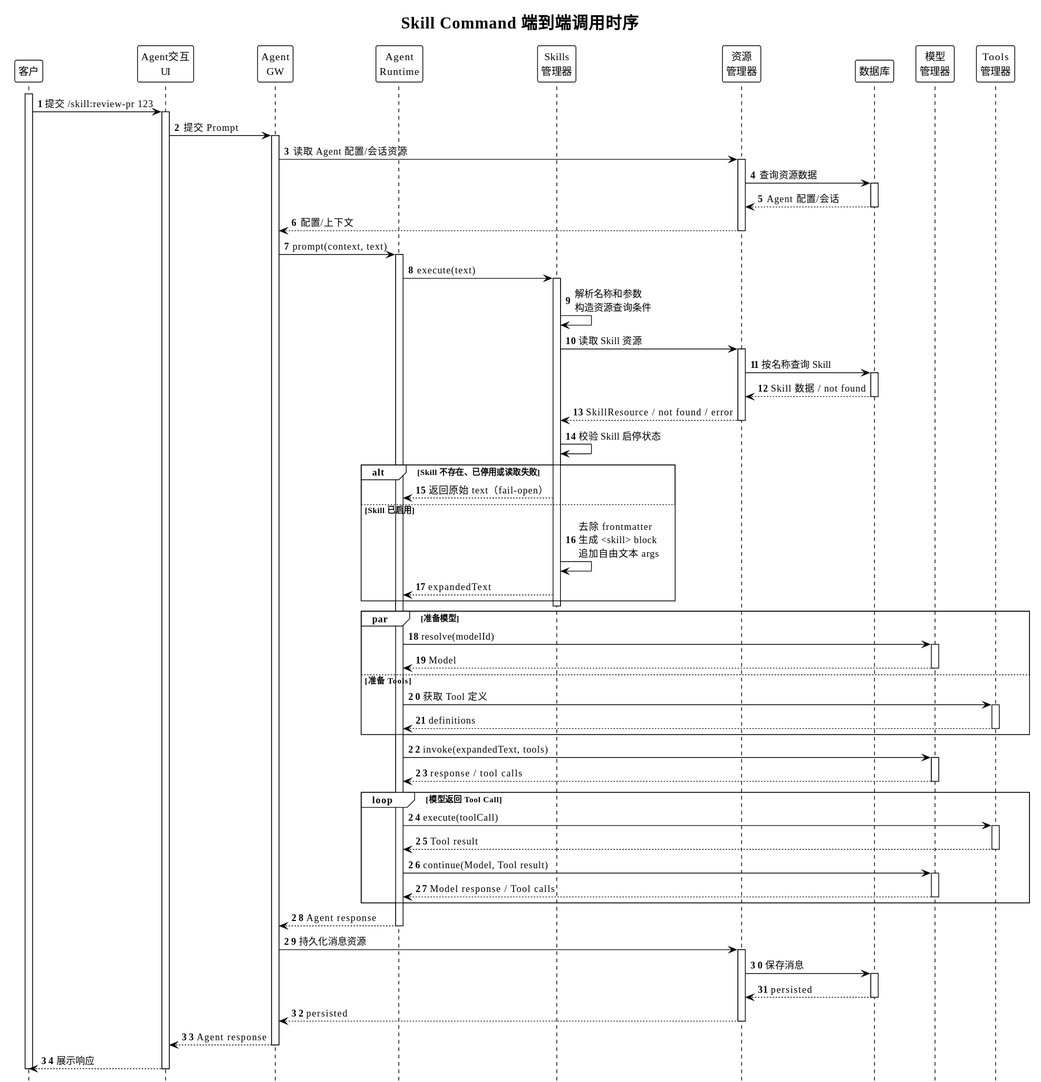
The PlantUML diagram diagrams/skill-command/08-end-to-end-invocation.svg in superheromeZzh/pi-mono-java-design, before a commit. Its diagram source:
```plantuml
@startuml
!theme plain
!pragma layout smetana
skinparam defaultFontName "PingFang SC"
skinparam shadowing false
skinparam backgroundColor transparent
skinparam BoxPadding 4
hide footbox
autonumber
title Skill Command 端到端调用时序

participant "客户" as Client
participant "Agent交互\nUI" as UI
participant "Agent\nGW" as Gateway
participant "Agent\nRuntime" as Runtime
participant "Skills\n管理器" as SkillsManager
participant "资源\n管理器" as ResourceManager
participant "数据库" as Database
participant "模型\n管理器" as ModelManager
participant "Tools\n管理器" as ToolsManager

activate Client
Client -> UI: 提交 /skill:review-pr 123
activate UI
UI -> Gateway: 提交 Prompt
activate Gateway
Gateway -> ResourceManager: 读取 Agent 配置/会话资源
activate ResourceManager
ResourceManager -> Database: 查询资源数据
activate Database
Database --> ResourceManager: Agent 配置/会话
deactivate Database
ResourceManager --> Gateway: 配置/上下文
deactivate ResourceManager
Gateway -> Runtime: prompt(context, text)
activate Runtime

Runtime -> SkillsManager: execute(text)
activate SkillsManager
SkillsManager -> SkillsManager: 解析名称和参数\n构造资源查询条件
SkillsManager -> ResourceManager: 读取 Skill 资源
activate ResourceManager
ResourceManager -> Database: 按名称查询 Skill
activate Database
Database --> ResourceManager: Skill 数据 / not found
deactivate Database
ResourceManager --> SkillsManager: SkillResource / not found / error
deactivate ResourceManager
SkillsManager -> SkillsManager: 校验 Skill 启停状态

alt Skill 不存在、已停用或读取失败
  SkillsManager --> Runtime: 返回原始 text（fail-open）
else Skill 已启用
  SkillsManager -> SkillsManager: 去除 frontmatter\n生成 <skill> block\n追加自由文本 args
  SkillsManager --> Runtime: expandedText
end
deactivate SkillsManager

par 准备模型
  Runtime -> ModelManager: resolve(modelId)
  activate ModelManager
  ModelManager --> Runtime: Model
  deactivate ModelManager
else 准备 Tools
  Runtime -> ToolsManager: 获取 Tool 定义
  activate ToolsManager
  ToolsManager --> Runtime: definitions
  deactivate ToolsManager
end

Runtime -> ModelManager: invoke(expandedText, tools)
activate ModelManager
ModelManager --> Runtime: response / tool calls
deactivate ModelManager

loop 模型返回 Tool Call
  Runtime -> ToolsManager: execute(toolCall)
  activate ToolsManager
  ToolsManager --> Runtime: Tool result
  deactivate ToolsManager
  Runtime -> ModelManager: continue(Model, Tool result)
  activate ModelManager
  ModelManager --> Runtime: Model response / Tool calls
  deactivate ModelManager
end

Runtime --> Gateway: Agent response
deactivate Runtime
Gateway -> ResourceManager: 持久化消息资源
activate ResourceManager
ResourceManager -> Database: 保存消息
activate Database
Database --> ResourceManager: persisted
deactivate Database
ResourceManager --> Gateway: persisted
deactivate ResourceManager
Gateway --> UI: Agent response
deactivate Gateway
UI --> Client: 展示响应
deactivate UI
deactivate Client
@enduml
```
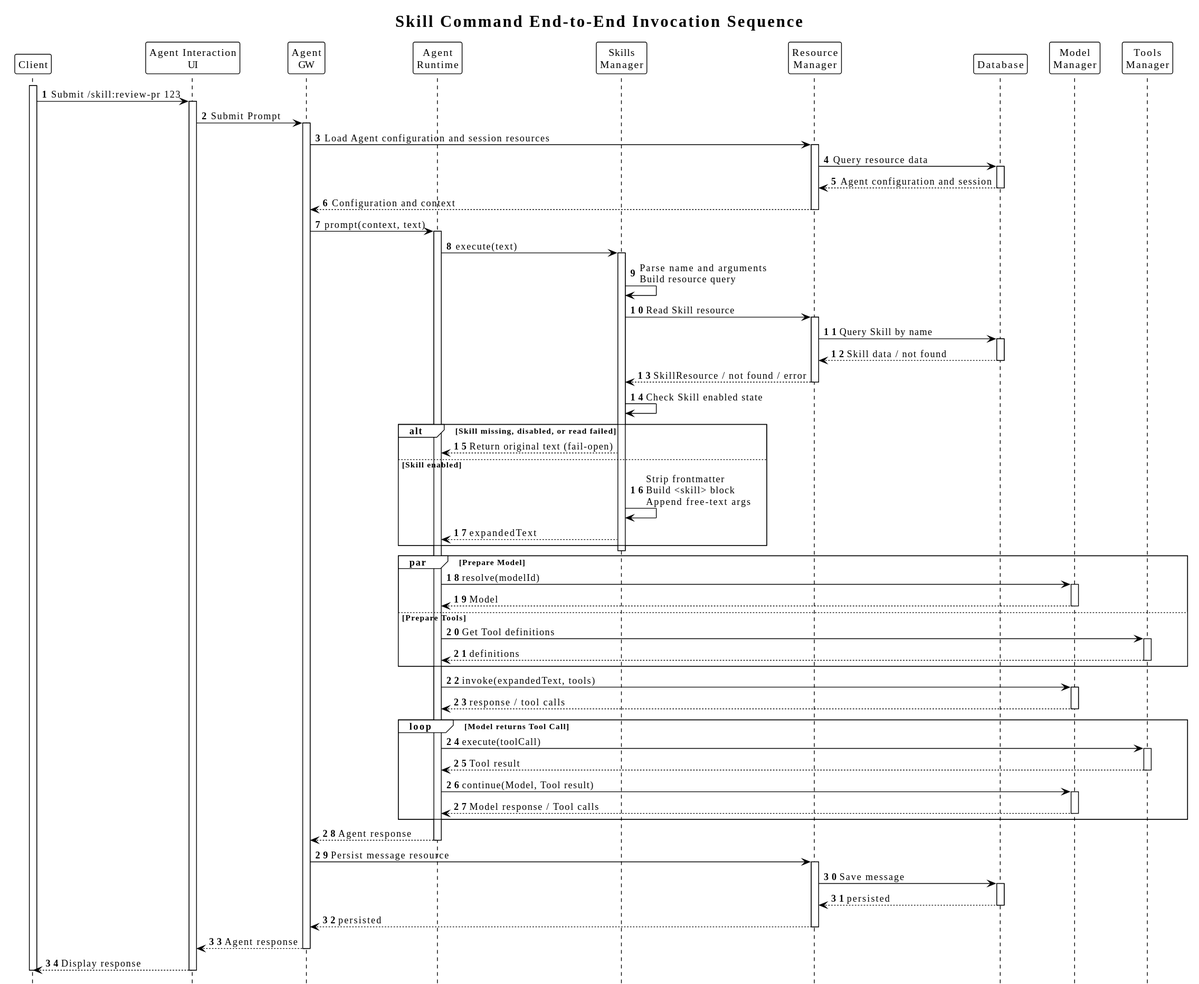
After the commit.

Change to the diagram source:
```diff
@@ -1,68 +1,68 @@
 @startuml
 !theme plain
 !pragma layout smetana
-skinparam defaultFontName "PingFang SC"
+skinparam defaultFontName "SansSerif"
 skinparam shadowing false
 skinparam backgroundColor transparent
 skinparam BoxPadding 4
 hide footbox
 autonumber
-title Skill Command 端到端调用时序
+title Skill Command End-to-End Invocation Sequence
 
-participant "客户" as Client
-participant "Agent交互\nUI" as UI
+participant "Client" as Client
+participant "Agent Interaction\nUI" as UI
 participant "Agent\nGW" as Gateway
 participant "Agent\nRuntime" as Runtime
-participant "Skills\n管理器" as SkillsManager
-participant "资源\n管理器" as ResourceManager
-participant "数据库" as Database
-participant "模型\n管理器" as ModelManager
-participant "Tools\n管理器" as ToolsManager
+participant "Skills\nManager" as SkillsManager
+participant "Resource\nManager" as ResourceManager
+participant "Database" as Database
+participant "Model\nManager" as ModelManager
+participant "Tools\nManager" as ToolsManager
 
 activate Client
-Client -> UI: 提交 /skill:review-pr 123
+Client -> UI: Submit /skill:review-pr 123
 activate UI
-UI -> Gateway: 提交 Prompt
+UI -> Gateway: Submit Prompt
 activate Gateway
-Gateway -> ResourceManager: 读取 Agent 配置/会话资源
+Gateway -> ResourceManager: Load Agent configuration and session resources
 activate ResourceManager
-ResourceManager -> Database: 查询资源数据
+ResourceManager -> Database: Query resource data
 activate Database
-Database --> ResourceManager: Agent 配置/会话
+Database --> ResourceManager: Agent configuration and session
 deactivate Database
-ResourceManager --> Gateway: 配置/上下文
+ResourceManager --> Gateway: Configuration and context
 deactivate ResourceManager
 Gateway -> Runtime: prompt(context, text)
 activate Runtime
 
 Runtime -> SkillsManager: execute(text)
 activate SkillsManager
-SkillsManager -> SkillsManager: 解析名称和参数\n构造资源查询条件
-SkillsManager -> ResourceManager: 读取 Skill 资源
+SkillsManager -> SkillsManager: Parse name and arguments\nBuild resource query
+SkillsManager -> ResourceManager: Read Skill resource
 activate ResourceManager
-ResourceManager -> Database: 按名称查询 Skill
+ResourceManager -> Database: Query Skill by name
 activate Database
-Database --> ResourceManager: Skill 数据 / not found
+Database --> ResourceManager: Skill data / not found
 deactivate Database
 ResourceManager --> SkillsManager: SkillResource / not found / error
 deactivate ResourceManager
-SkillsManager -> SkillsManager: 校验 Skill 启停状态
+SkillsManager -> SkillsManager: Check Skill enabled state
 
-alt Skill 不存在、已停用或读取失败
-  SkillsManager --> Runtime: 返回原始 text（fail-open）
-else Skill 已启用
-  SkillsManager -> SkillsManager: 去除 frontmatter\n生成 <skill> block\n追加自由文本 args
+alt Skill missing, disabled, or read failed
+  SkillsManager --> Runtime: Return original text (fail-open)
+else Skill enabled
+  SkillsManager -> SkillsManager: Strip frontmatter\nBuild <skill> block\nAppend free-text args
   SkillsManager --> Runtime: expandedText
 end
 deactivate SkillsManager
 
-par 准备模型
+par Prepare Model
   Runtime -> ModelManager: resolve(modelId)
   activate ModelManager
   ModelManager --> Runtime: Model
   deactivate ModelManager
-else 准备 Tools
-  Runtime -> ToolsManager: 获取 Tool 定义
+else Prepare Tools
+  Runtime -> ToolsManager: Get Tool definitions
   activate ToolsManager
   ToolsManager --> Runtime: definitions
   deactivate ToolsManager
@@ -73,7 +73,7 @@
 ModelManager --> Runtime: response / tool calls
 deactivate ModelManager
 
-loop 模型返回 Tool Call
+loop Model returns Tool Call
   Runtime -> ToolsManager: execute(toolCall)
   activate ToolsManager
   ToolsManager --> Runtime: Tool result
@@ -86,9 +86,9 @@
 
 Runtime --> Gateway: Agent response
 deactivate Runtime
-Gateway -> ResourceManager: 持久化消息资源
+Gateway -> ResourceManager: Persist message resource
 activate ResourceManager
-ResourceManager -> Database: 保存消息
+ResourceManager -> Database: Save message
 activate Database
 Database --> ResourceManager: persisted
 deactivate Database
@@ -96,7 +96,7 @@
 deactivate ResourceManager
 Gateway --> UI: Agent response
 deactivate Gateway
-UI --> Client: 展示响应
+UI --> Client: Display response
 deactivate UI
 deactivate Client
 @enduml
```
